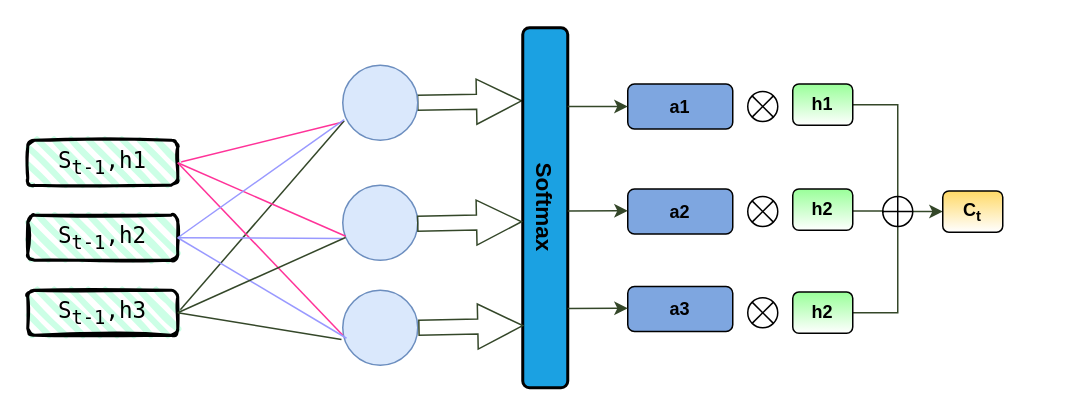
Above: docs/Untitled Diagram.drawio in rajy4683/EVAP2 (draw.io), before the change. Source tidied: cells renumbered, new cells numbered last; positions are measured from the earlier drawing's top-left corner, leaving out a move shared by most shapes. Both pictures are drawn from the tidied source at 150%, with x=0, y=0 at pixel (27, 27).
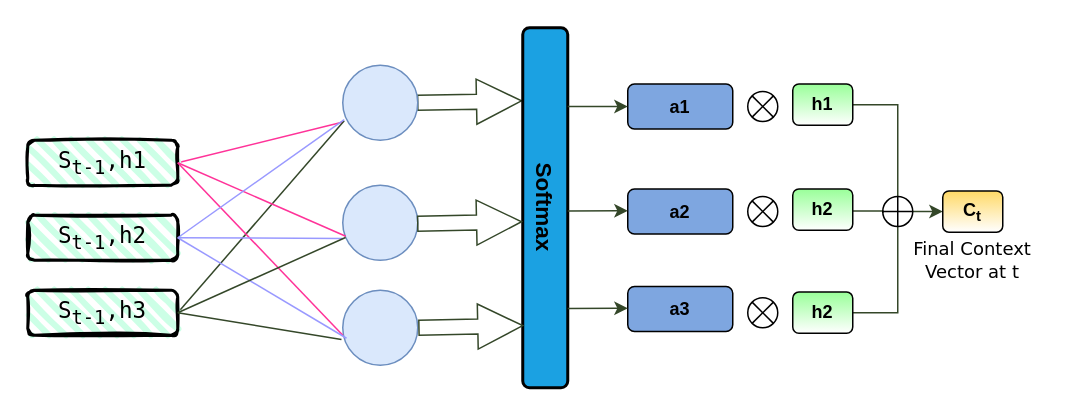
The same diagram, later.

The edit, as a diff of the source:
```diff
@@
+    <mxCell id="40" value="&lt;font face=&quot;Verdana&quot;&gt;Final Context Vector at t&lt;/font&gt;" style="text;html=1;strokeColor=none;fillColor=none;align=center;verticalAlign=middle;whiteSpace=wrap;rounded=0;sketch=0;rotation=0;" parent="1" vertex="1">
+      <mxGeometry x="575" y="145" width="110" height="20" as="geometry" />
+    </mxCell>
```
